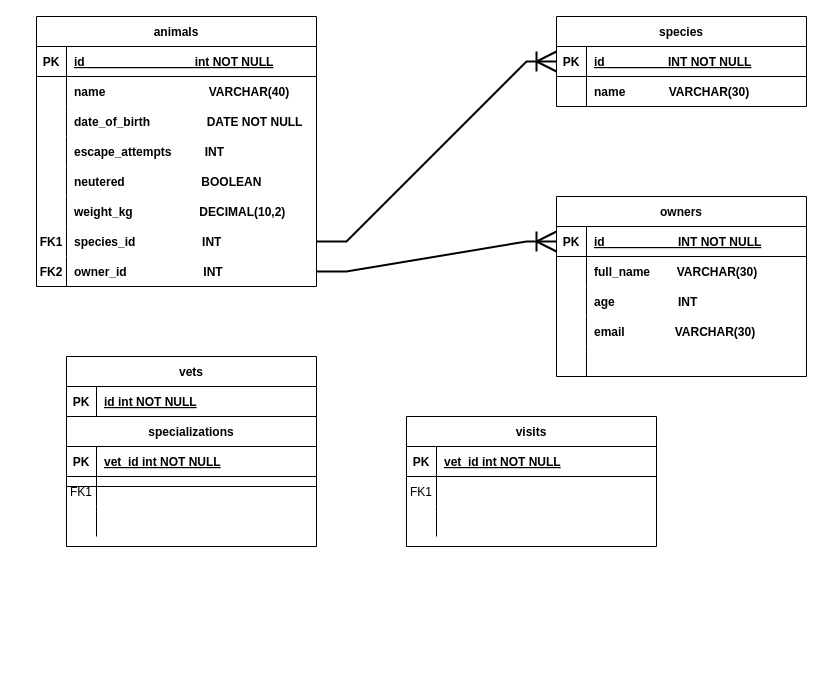
This is Untitled Diagram.drawio from mpa-mxiang/vet-clinic, a draw.io file, before an edit. Source tidied: cells renumbered, new cells numbered last; positions are measured from the earlier drawing's top-left corner, leaving out a move shared by most shapes. Both pictures are drawn from the tidied source at 100%, with x=0, y=0 at pixel (36, 16).
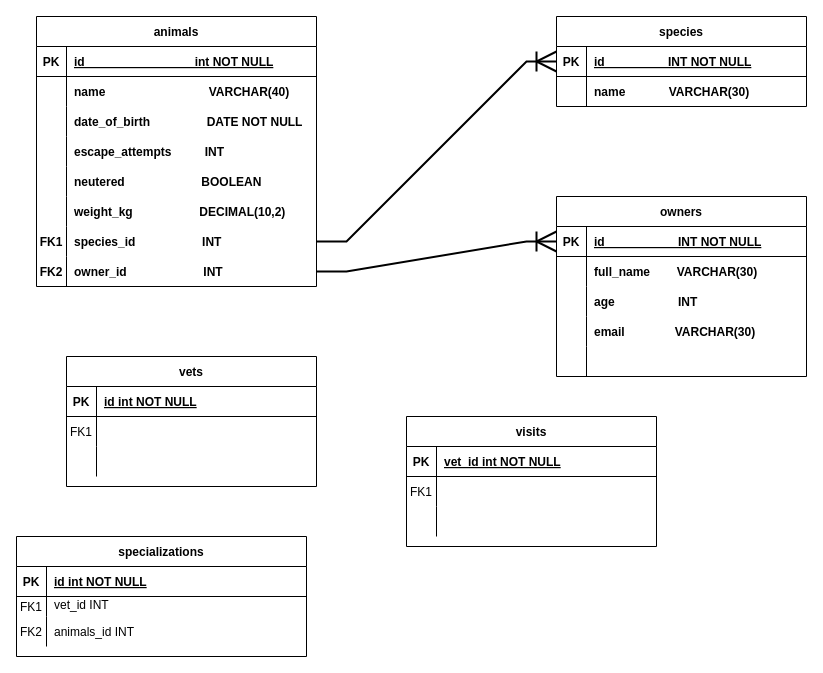
After the change.

Commit message:
completed specializations

What changed in the source:
```diff
@@
     <mxCell id="60" value="specializations" style="shape=table;startSize=30;childLayout=tableLayout;rowLines=0;fontStyle=1;align=center;" parent="1" vertex="1">
-      <mxGeometry x="30" y="400" width="250" height="130" as="geometry" />
+      <mxGeometry x="-20" y="520" width="290" height="120" as="geometry" />
     </mxCell>
     <mxCell id="61" style="shape=partialRectangle;fillColor=none;top=0;left=0;right=0;bottom=1;" parent="60" vertex="1">
-      <mxGeometry y="30" width="250" height="30" as="geometry" />
+      <mxGeometry y="30" width="290" height="30" as="geometry" />
     </mxCell>
@@
-    <mxCell id="63" value="vet_id int NOT NULL " style="shape=partialRectangle;overflow=hidden;fillColor=none;top=0;left=0;bottom=0;right=0;align=left;spacingLeft=6;fontStyle=5;" parent="61" vertex="1">
-      <mxGeometry x="30" width="220" height="30" as="geometry" />
+    <mxCell id="63" value="id int NOT NULL " style="shape=partialRectangle;overflow=hidden;fillColor=none;top=0;left=0;bottom=0;right=0;align=left;spacingLeft=6;fontStyle=5;" parent="61" vertex="1">
+      <mxGeometry x="30" width="260" height="30" as="geometry" />
     </mxCell>
     <mxCell id="64" style="shape=partialRectangle;fillColor=none;top=0;left=0;right=0;bottom=0;" parent="60" vertex="1">
-      <mxGeometry y="60" width="250" height="30" as="geometry" />
+      <mxGeometry y="60" width="290" height="20" as="geometry" />
     </mxCell>
     <mxCell id="65" value="FK1" style="shape=partialRectangle;overflow=hidden;fillColor=none;top=0;left=0;bottom=0;right=0;" parent="64" vertex="1">
-      <mxGeometry width="30" height="30" as="geometry" />
+      <mxGeometry width="30" height="20" as="geometry" />
     </mxCell>
-    <mxCell id="66" style="shape=partialRectangle;overflow=hidden;fillColor=none;top=0;left=0;bottom=0;right=0;align=left;spacingLeft=6;" parent="64" vertex="1">
-      <mxGeometry x="30" width="220" height="30" as="geometry" />
+    <mxCell id="66" value="vet_id INT&#10;" style="shape=partialRectangle;overflow=hidden;fillColor=none;top=0;left=0;bottom=0;right=0;align=left;spacingLeft=6;" parent="64" vertex="1">
+      <mxGeometry x="30" width="260" height="20" as="geometry" />
     </mxCell>
     <mxCell id="67" style="shape=partialRectangle;fillColor=none;top=0;left=0;right=0;bottom=0;" parent="60" vertex="1">
-      <mxGeometry y="90" width="250" height="30" as="geometry" />
+      <mxGeometry y="80" width="290" height="30" as="geometry" />
     </mxCell>
-    <mxCell id="68" style="shape=partialRectangle;overflow=hidden;fillColor=none;top=0;left=0;bottom=0;right=0;" parent="67" vertex="1">
+    <mxCell id="68" value="FK2" style="shape=partialRectangle;overflow=hidden;fillColor=none;top=0;left=0;bottom=0;right=0;" parent="67" vertex="1">
       <mxGeometry width="30" height="30" as="geometry" />
     </mxCell>
-    <mxCell id="69" style="shape=partialRectangle;overflow=hidden;fillColor=none;top=0;left=0;bottom=0;right=0;align=left;spacingLeft=6;" parent="67" vertex="1">
-      <mxGeometry x="30" width="220" height="30" as="geometry" />
+    <mxCell id="69" value="animals_id INT" style="shape=partialRectangle;overflow=hidden;fillColor=none;top=0;left=0;bottom=0;right=0;align=left;spacingLeft=6;" parent="67" vertex="1">
+      <mxGeometry x="30" width="260" height="30" as="geometry" />
     </mxCell>
```
